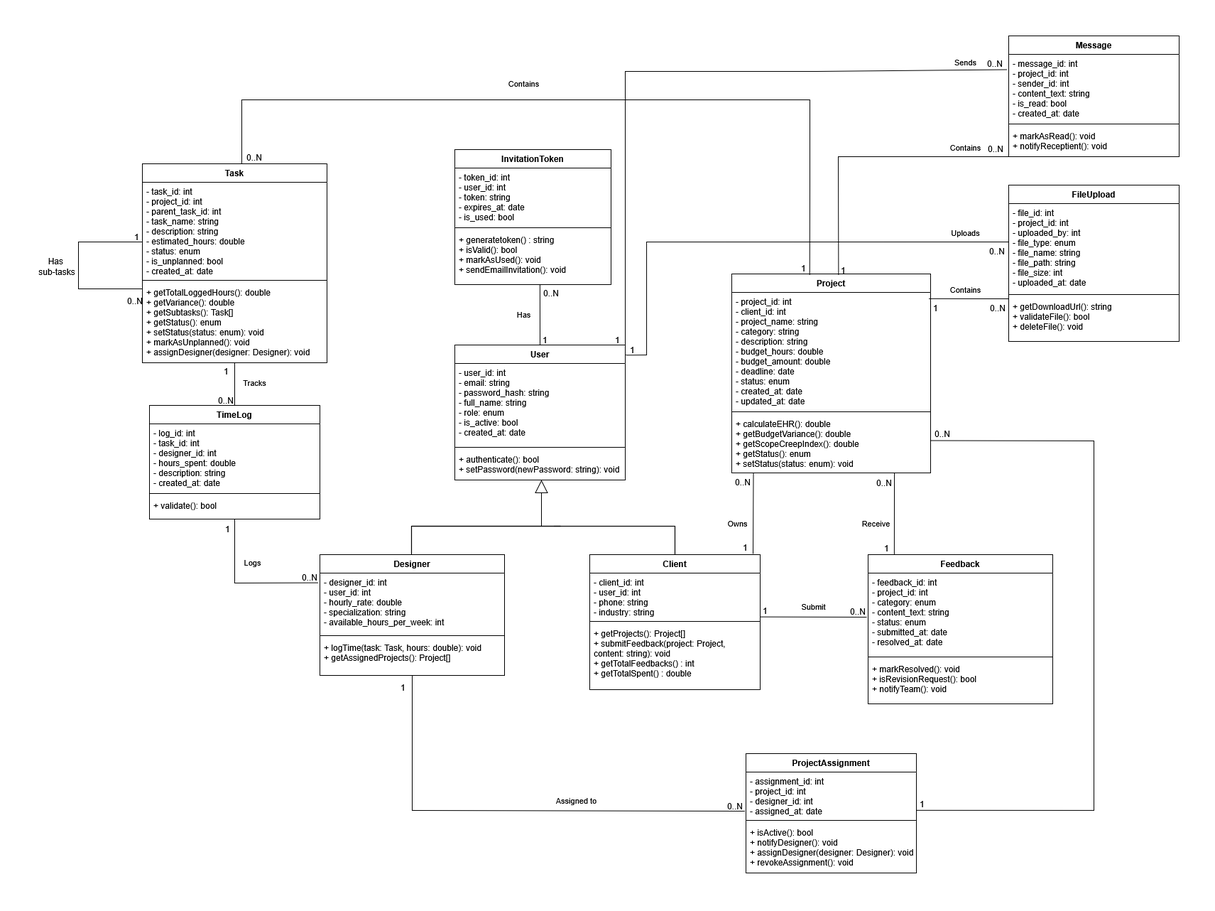
Earlier version of the draw.io export docs/diagrams/ClassGlobal.drawio.png (mahdi000666/DesignFlow). Source tidied: cells renumbered, new cells last; positions are measured from the earlier drawing's top-left corner, leaving out a move shared by most shapes.
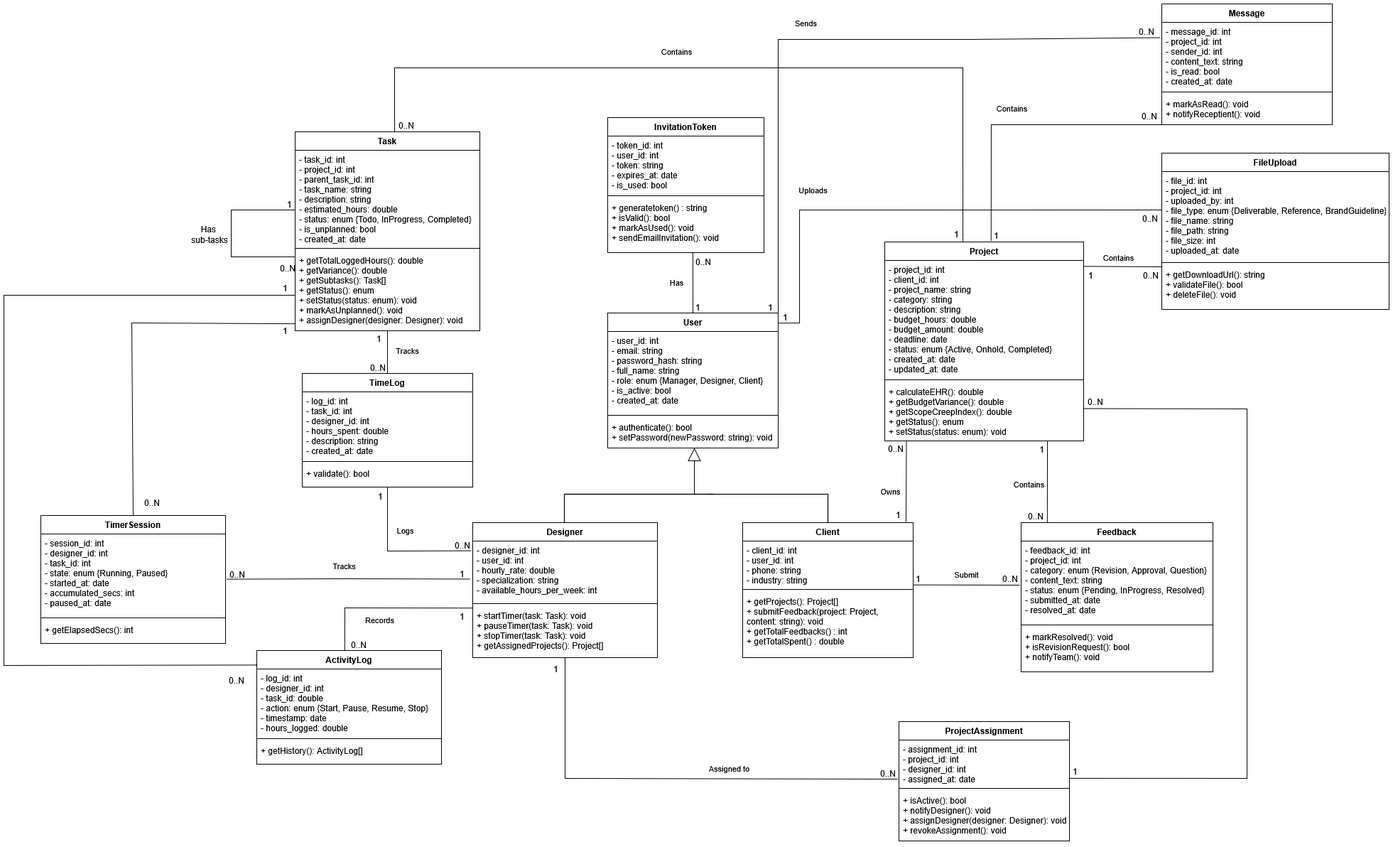
Later version of the same file.

Diff of the diagram source:
```diff
@@ -7,3 +7,3 @@
     </mxCell>
-    <mxCell id="3" value="- user_id: int&#10;- email: string&#10;- password_hash: string&#10;- full_name: string&#10;- role: enum&#10;- is_active: bool&#10;- created_at: date" style="text;strokeColor=none;fillColor=none;align=left;verticalAlign=top;spacingLeft=4;spacingRight=4;overflow=hidden;" parent="2" vertex="1">
+    <mxCell id="3" value="- user_id: int&#10;- email: string&#10;- password_hash: string&#10;- full_name: string&#10;- role: enum {Manager, Designer, Client}&#10;- is_active: bool&#10;- created_at: date" style="text;strokeColor=none;fillColor=none;align=left;verticalAlign=top;spacingLeft=4;spacingRight=4;overflow=hidden;" parent="2" vertex="1">
       <mxGeometry y="26" width="240" height="114" as="geometry" />
@@ -17,3 +17,3 @@
     <mxCell id="6" value="Designer" style="swimlane;fontStyle=1;align=center;verticalAlign=top;horizontal=1;startSize=26;swimlaneFillColor=default;" parent="1" vertex="1">
-      <mxGeometry x="400" y="730" width="260" height="170" as="geometry" />
+      <mxGeometry x="400" y="730" width="260" height="190" as="geometry" />
     </mxCell>
@@ -25,4 +25,4 @@
     </mxCell>
-    <mxCell id="9" value="+ logTime(task: Task, hours: double): void&#10;+ getAssignedProjects(): Project[]" style="text;strokeColor=none;fillColor=none;align=left;verticalAlign=top;spacingLeft=4;spacingRight=4;overflow=hidden;points=[[0,0.5],[1,0.5]];portConstraint=eastwest;" parent="6" vertex="1">
-      <mxGeometry y="118" width="260" height="52" as="geometry" />
+    <mxCell id="9" value="+ startTimer(task: Task): void&#10;+ pauseTimer(task: Task): void&#10;+ stopTimer(task: Task): void&#10;+ getAssignedProjects(): Project[]" style="text;strokeColor=none;fillColor=none;align=left;verticalAlign=top;spacingLeft=4;spacingRight=4;overflow=hidden;points=[[0,0.5],[1,0.5]];portConstraint=eastwest;" parent="6" vertex="1">
+      <mxGeometry y="118" width="260" height="72" as="geometry" />
     </mxCell>
@@ -55,3 +55,3 @@
     </mxCell>
-    <mxCell id="19" value="- project_id: int&#10;- client_id: int&#10;- project_name: string&#10;- category: string&#10;- description: string&#10;- budget_hours: double&#10;- budget_amount: double&#10;- deadline: date&#10;- status: enum&#10;- created_at: date&#10;- updated_at: date&#10;" style="text;strokeColor=none;fillColor=none;align=left;verticalAlign=top;spacingLeft=4;spacingRight=4;overflow=hidden;points=[[0,0.5],[1,0.5]];portConstraint=eastwest;" parent="18" vertex="1">
+    <mxCell id="19" value="- project_id: int&#10;- client_id: int&#10;- project_name: string&#10;- category: string&#10;- description: string&#10;- budget_hours: double&#10;- budget_amount: double&#10;- deadline: date&#10;- status: enum {Active, Onhold, Completed}&#10;- created_at: date&#10;- updated_at: date&#10;" style="text;strokeColor=none;fillColor=none;align=left;verticalAlign=top;spacingLeft=4;spacingRight=4;overflow=hidden;points=[[0,0.5],[1,0.5]];portConstraint=eastwest;" parent="18" vertex="1">
       <mxGeometry y="26" width="280" height="164" as="geometry" />
@@ -67,3 +67,3 @@
     </mxCell>
-    <mxCell id="23" value="- task_id: int&#10;- project_id: int&#10;- parent_task_id: int&#10;- task_name: string&#10;- description: string&#10;- estimated_hours: double&#10;- status: enum&#10;- is_unplanned: bool&#10;- created_at: date" style="text;strokeColor=none;fillColor=none;align=left;verticalAlign=top;spacingLeft=4;spacingRight=4;overflow=hidden;points=[[0,0.5],[1,0.5]];portConstraint=eastwest;" parent="22" vertex="1">
+    <mxCell id="23" value="- task_id: int&#10;- project_id: int&#10;- parent_task_id: int&#10;- task_name: string&#10;- description: string&#10;- estimated_hours: double&#10;- status: enum {Todo, InProgress, Completed}&#10;- is_unplanned: bool&#10;- created_at: date" style="text;strokeColor=none;fillColor=none;align=left;verticalAlign=top;spacingLeft=4;spacingRight=4;overflow=hidden;points=[[0,0.5],[1,0.5]];portConstraint=eastwest;" parent="22" vertex="1">
       <mxGeometry y="26" width="260" height="134" as="geometry" />
@@ -89,12 +89,12 @@
     <mxCell id="30" value="Feedback" style="swimlane;fontStyle=1;align=center;verticalAlign=top;horizontal=1;startSize=26;swimlaneFillColor=default;" parent="1" vertex="1">
-      <mxGeometry x="1172" y="730" width="260" height="210" as="geometry" />
+      <mxGeometry x="1172" y="730" width="270" height="210" as="geometry" />
     </mxCell>
-    <mxCell id="31" value="- feedback_id: int&#10;- project_id: int&#10;- category: enum&#10;- content_text: string&#10;- status: enum&#10;- submitted_at: date&#10;- resolved_at: date" style="text;strokeColor=none;fillColor=none;align=left;verticalAlign=top;spacingLeft=4;spacingRight=4;overflow=hidden;points=[[0,0.5],[1,0.5]];portConstraint=eastwest;" parent="30" vertex="1">
-      <mxGeometry y="26" width="260" height="114" as="geometry" />
+    <mxCell id="31" value="- feedback_id: int&#10;- project_id: int&#10;- category: enum {Revision, Approval, Question}&#10;- content_text: string&#10;- status: enum {Pending, InProgress, Resolved}&#10;- submitted_at: date&#10;- resolved_at: date" style="text;strokeColor=none;fillColor=none;align=left;verticalAlign=top;spacingLeft=4;spacingRight=4;overflow=hidden;points=[[0,0.5],[1,0.5]];portConstraint=eastwest;" parent="30" vertex="1">
+      <mxGeometry y="26" width="270" height="114" as="geometry" />
     </mxCell>
     <mxCell id="32" style="line;strokeWidth=1;fillColor=none;align=left;verticalAlign=middle;spacingTop=-1;spacingLeft=3;spacingRight=3;labelPosition=right;" parent="30" vertex="1">
-      <mxGeometry y="140" width="260" height="8" as="geometry" />
+      <mxGeometry y="140" width="270" height="8" as="geometry" />
     </mxCell>
     <mxCell id="33" value="+ markResolved(): void&#10;+ isRevisionRequest(): bool&#10;+ notifyTeam(): void" style="text;strokeColor=none;fillColor=none;align=left;verticalAlign=top;spacingLeft=4;spacingRight=4;overflow=hidden;" parent="30" vertex="1">
-      <mxGeometry y="148" width="260" height="62" as="geometry" />
+      <mxGeometry y="148" width="270" height="62" as="geometry" />
     </mxCell>
@@ -200,12 +200,12 @@
     <mxCell id="54" value="FileUpload" style="swimlane;fontStyle=1;align=center;verticalAlign=top;horizontal=1;startSize=26;swimlaneFillColor=default;" parent="1" vertex="1">
-      <mxGeometry x="1370" y="210" width="240" height="220" as="geometry" />
+      <mxGeometry x="1370" y="210" width="320" height="220" as="geometry" />
     </mxCell>
-    <mxCell id="55" value="- file_id: int&#10;- project_id: int&#10;- uploaded_by: int&#10;- file_type: enum&#10;- file_name: string&#10;- file_path: string&#10;- file_size: int&#10;- uploaded_at: date" style="text;strokeColor=none;fillColor=none;align=left;verticalAlign=top;spacingLeft=4;spacingRight=4;overflow=hidden;points=[[0,0.5],[1,0.5]];portConstraint=eastwest;" parent="54" vertex="1">
-      <mxGeometry y="26" width="240" height="124" as="geometry" />
+    <mxCell id="55" value="- file_id: int&#10;- project_id: int&#10;- uploaded_by: int&#10;- file_type: enum {Deliverable, Reference, BrandGuideline}&#10;- file_name: string&#10;- file_path: string&#10;- file_size: int&#10;- uploaded_at: date" style="text;strokeColor=none;fillColor=none;align=left;verticalAlign=top;spacingLeft=4;spacingRight=4;overflow=hidden;points=[[0,0.5],[1,0.5]];portConstraint=eastwest;" parent="54" vertex="1">
+      <mxGeometry y="26" width="320" height="124" as="geometry" />
     </mxCell>
     <mxCell id="56" style="line;strokeWidth=1;fillColor=none;align=left;verticalAlign=middle;spacingTop=-1;spacingLeft=3;spacingRight=3;labelPosition=right;" parent="54" vertex="1">
-      <mxGeometry y="150" width="240" height="8" as="geometry" />
+      <mxGeometry y="150" width="320" height="8" as="geometry" />
     </mxCell>
     <mxCell id="57" value="+ getDownloadUrl(): string&#10;+ validateFile(): bool&#10;+ deleteFile(): void" style="text;strokeColor=none;fillColor=none;align=left;verticalAlign=top;spacingLeft=4;spacingRight=4;overflow=hidden;" parent="54" vertex="1">
-      <mxGeometry y="158" width="240" height="62" as="geometry" />
+      <mxGeometry y="158" width="320" height="62" as="geometry" />
     </mxCell>
@@ -289,8 +289,8 @@
     </mxCell>
-    <mxCell id="74" value="1" style="html=1;whiteSpace=wrap;align=left;verticalAlign=bottom;" parent="73" vertex="1">
+    <mxCell id="74" value="0..N" style="html=1;whiteSpace=wrap;align=left;verticalAlign=bottom;" parent="73" vertex="1">
       <mxGeometry x="-1" relative="1" as="geometry">
-        <mxPoint x="-16" y="-2" as="offset" />
+        <mxPoint x="-29" y="-2" as="offset" />
       </mxGeometry>
     </mxCell>
-    <mxCell id="75" value="0..N" style="html=1;whiteSpace=wrap;align=right;verticalAlign=bottom;" parent="73" vertex="1">
+    <mxCell id="75" value="1" style="html=1;whiteSpace=wrap;align=right;verticalAlign=bottom;" parent="73" vertex="1">
       <mxGeometry x="1" relative="1" as="geometry">
@@ -299,4 +299,4 @@
     </mxCell>
-    <mxCell id="76" value="Receive" style="edgeLabel;html=1;align=center;verticalAlign=middle;" parent="1" vertex="1">
-      <mxGeometry x="1132" y="680" as="geometry">
+    <mxCell id="76" value="Contains" style="edgeLabel;html=1;align=center;verticalAlign=middle;" parent="1" vertex="1">
+      <mxGeometry x="1132" y="670" as="geometry">
         <mxPoint x="50" y="5" as="offset" />
@@ -322,3 +322,3 @@
     </mxCell>
-    <mxCell id="80" style="endArrow=none;html=1;rounded=0;exitX=0.392;exitY=0.006;exitDx=0;exitDy=0;exitPerimeter=0;" parent="1" edge="1" source="18">
+    <mxCell id="80" style="endArrow=none;html=1;rounded=0;exitX=0.393;exitY=0;exitDx=0;exitDy=0;exitPerimeter=0;" parent="1" edge="1" source="18">
       <mxGeometry relative="1" as="geometry">
@@ -348,3 +348,3 @@
     </mxCell>
-    <mxCell id="84" style="endArrow=none;html=1;rounded=0;exitX=0.992;exitY=0.054;exitDx=0;exitDy=0;exitPerimeter=0;" parent="1" edge="1" source="19">
+    <mxCell id="84" style="endArrow=none;html=1;rounded=0;exitX=1.002;exitY=0.051;exitDx=0;exitDy=0;exitPerimeter=0;" parent="1" edge="1" source="19">
       <mxGeometry relative="1" as="geometry">
@@ -368,3 +368,3 @@
     </mxCell>
-    <mxCell id="88" style="endArrow=none;html=1;rounded=0;exitX=0.537;exitY=0.006;exitDx=0;exitDy=0;exitPerimeter=0;" parent="1" edge="1" source="18">
+    <mxCell id="88" style="endArrow=none;html=1;rounded=0;exitX=0.535;exitY=-0.004;exitDx=0;exitDy=0;exitPerimeter=0;" parent="1" edge="1" source="18">
       <mxGeometry relative="1" as="geometry">
@@ -387,3 +387,3 @@
     <mxCell id="91" value="Contains" style="edgeLabel;html=1;align=center;verticalAlign=middle;" parent="1" vertex="1">
-      <mxGeometry x="1290" y="150" as="geometry">
+      <mxGeometry x="1140" y="140" as="geometry">
         <mxPoint x="18" y="6" as="offset" />
@@ -411,3 +411,3 @@
     <mxCell id="95" value="Uploads" style="edgeLabel;html=1;align=center;verticalAlign=middle;" parent="1" vertex="1">
-      <mxGeometry x="1290" y="270" as="geometry">
+      <mxGeometry x="860" y="255" as="geometry">
         <mxPoint x="18" y="6" as="offset" />
@@ -434,3 +434,3 @@
     <mxCell id="99" value="Sends" style="edgeLabel;html=1;align=center;verticalAlign=middle;" parent="1" vertex="1">
-      <mxGeometry x="1290" y="30" as="geometry">
+      <mxGeometry x="850" y="20" as="geometry">
         <mxPoint x="18" y="6" as="offset" />
@@ -460,2 +460,107 @@
     </mxCell>
+    <mxCell id="104" value="TimerSession" style="swimlane;fontStyle=1;align=center;verticalAlign=top;horizontal=1;startSize=26;swimlaneFillColor=default;" parent="1" vertex="1">
+      <mxGeometry x="-208" y="720" width="260" height="180" as="geometry" />
+    </mxCell>
+    <mxCell id="105" value="- session_id: int&#10;- designer_id: int&#10;- task_id: int&#10;- state: enum  {Running, Paused}&#10;- started_at: date&#10;- accumulated_secs: int&#10;- paused_at: date" style="text;strokeColor=none;fillColor=none;align=left;verticalAlign=top;spacingLeft=4;spacingRight=4;overflow=hidden;points=[[0,0.5],[1,0.5]];portConstraint=eastwest;" parent="104" vertex="1">
+      <mxGeometry y="26" width="260" height="114" as="geometry" />
+    </mxCell>
+    <mxCell id="106" style="line;strokeWidth=1;fillColor=none;align=left;verticalAlign=middle;spacingTop=-1;spacingLeft=3;spacingRight=3;labelPosition=right;" parent="104" vertex="1">
+      <mxGeometry y="140" width="260" height="8" as="geometry" />
+    </mxCell>
+    <mxCell id="107" value="+ getElapsedSecs(): int" style="text;strokeColor=none;fillColor=none;align=left;verticalAlign=top;spacingLeft=4;spacingRight=4;overflow=hidden;" parent="104" vertex="1">
+      <mxGeometry y="148" width="260" height="32" as="geometry" />
+    </mxCell>
+    <mxCell id="108" value="ActivityLog" style="swimlane;fontStyle=1;align=center;verticalAlign=top;horizontal=1;startSize=26;swimlaneFillColor=default;" parent="1" vertex="1">
+      <mxGeometry x="96" y="910" width="260" height="160" as="geometry" />
+    </mxCell>
+    <mxCell id="109" value="- log_id: int&#10;- designer_id: int&#10;- task_id: double&#10;- action: enum  {Start, Pause, Resume, Stop}&#10;- timestamp: date&#10;- hours_logged: double&#10;" style="text;strokeColor=none;fillColor=none;align=left;verticalAlign=top;spacingLeft=4;spacingRight=4;overflow=hidden;" parent="108" vertex="1">
+      <mxGeometry y="26" width="260" height="94" as="geometry" />
+    </mxCell>
+    <mxCell id="110" style="line;strokeWidth=1;fillColor=none;align=left;verticalAlign=middle;spacingTop=-1;spacingLeft=3;spacingRight=3;labelPosition=right;" parent="108" vertex="1">
+      <mxGeometry y="120" width="260" height="8" as="geometry" />
+    </mxCell>
+    <mxCell id="111" value="+ getHistory(): ActivityLog[]" style="text;strokeColor=none;fillColor=none;align=left;verticalAlign=top;spacingLeft=4;spacingRight=4;overflow=hidden;" parent="108" vertex="1">
+      <mxGeometry y="128" width="260" height="32" as="geometry" />
+    </mxCell>
+    <mxCell id="112" style="endArrow=none;html=1;rounded=0;entryX=-0.014;entryY=0.636;entryDx=0;entryDy=0;entryPerimeter=0;exitX=1.005;exitY=0.558;exitDx=0;exitDy=0;exitPerimeter=0;" parent="1" edge="1" source="105" target="7">
+      <mxGeometry relative="1" as="geometry">
+        <Array as="points">
+          <mxPoint x="220" y="809" />
+        </Array>
+      </mxGeometry>
+    </mxCell>
+    <mxCell id="113" value="1" style="html=1;whiteSpace=wrap;align=left;verticalAlign=bottom;" parent="112" vertex="1">
+      <mxGeometry x="-1" relative="1" as="geometry">
+        <mxPoint x="327" as="offset" />
+      </mxGeometry>
+    </mxCell>
+    <mxCell id="114" value="0..N" style="html=1;whiteSpace=wrap;align=right;verticalAlign=bottom;" parent="112" vertex="1">
+      <mxGeometry x="1" relative="1" as="geometry">
+        <mxPoint x="-316" y="1" as="offset" />
+      </mxGeometry>
+    </mxCell>
+    <mxCell id="115" value="Tracks" style="edgeLabel;html=1;align=center;verticalAlign=middle;" parent="1" vertex="1">
+      <mxGeometry x="140" y="784" as="geometry">
+        <mxPoint x="78" y="6" as="offset" />
+      </mxGeometry>
+    </mxCell>
+    <mxCell id="116" style="endArrow=none;html=1;rounded=0;exitX=0.476;exitY=-0.003;exitDx=0;exitDy=0;exitPerimeter=0;entryX=-0.001;entryY=0.031;entryDx=0;entryDy=0;entryPerimeter=0;" parent="1" edge="1" source="108" target="9">
+      <mxGeometry relative="1" as="geometry">
+        <Array as="points">
+          <mxPoint x="220" y="850" />
+        </Array>
+      </mxGeometry>
+    </mxCell>
+    <mxCell id="117" value="1" style="html=1;whiteSpace=wrap;align=left;verticalAlign=bottom;" parent="116" vertex="1">
+      <mxGeometry x="-1" relative="1" as="geometry">
+        <mxPoint x="160" y="-40" as="offset" />
+      </mxGeometry>
+    </mxCell>
+    <mxCell id="118" value="0..N" style="html=1;whiteSpace=wrap;align=right;verticalAlign=bottom;" parent="116" vertex="1">
+      <mxGeometry x="1" relative="1" as="geometry">
+        <mxPoint x="-150" y="60" as="offset" />
+      </mxGeometry>
+    </mxCell>
+    <mxCell id="119" value="Records" style="edgeLabel;html=1;align=center;verticalAlign=middle;" parent="1" vertex="1">
+      <mxGeometry x="190" y="860" as="geometry">
+        <mxPoint x="78" y="6" as="offset" />
+      </mxGeometry>
+    </mxCell>
+    <mxCell id="120" style="endArrow=none;html=1;rounded=0;entryX=-0.014;entryY=0.636;entryDx=0;entryDy=0;entryPerimeter=0;exitX=-0.002;exitY=0.356;exitDx=0;exitDy=0;exitPerimeter=0;" parent="1" edge="1">
+      <mxGeometry relative="1" as="geometry">
+        <mxPoint x="95.5" y="930.5" as="sourcePoint" />
+        <mxPoint x="150" y="410" as="targetPoint" />
+        <Array as="points">
+          <mxPoint x="-260" y="931" />
+          <mxPoint x="-260" y="410" />
+        </Array>
+      </mxGeometry>
+    </mxCell>
+    <mxCell id="121" value="0..N" style="html=1;whiteSpace=wrap;align=right;verticalAlign=bottom;" parent="120" vertex="1">
+      <mxGeometry x="1" relative="1" as="geometry">
+        <mxPoint x="-71" y="550" as="offset" />
+      </mxGeometry>
+    </mxCell>
+    <mxCell id="122" value="1" style="html=1;whiteSpace=wrap;align=left;verticalAlign=bottom;" parent="1" vertex="1">
+      <mxGeometry x="130" y="400" as="geometry">
+        <mxPoint x="1" y="8" as="offset" />
+      </mxGeometry>
+    </mxCell>
+    <mxCell id="123" style="endArrow=none;html=1;rounded=0;entryX=0.001;entryY=0.912;entryDx=0;entryDy=0;entryPerimeter=0;exitX=0.5;exitY=0;exitDx=0;exitDy=0;" parent="1" edge="1" source="104" target="25">
+      <mxGeometry relative="1" as="geometry">
+        <Array as="points">
+          <mxPoint x="-80" y="449" />
+        </Array>
+      </mxGeometry>
+    </mxCell>
+    <mxCell id="124" value="0..N" style="html=1;whiteSpace=wrap;align=right;verticalAlign=bottom;" parent="123" vertex="1">
+      <mxGeometry x="1" relative="1" as="geometry">
+        <mxPoint x="-191" y="260" as="offset" />
+      </mxGeometry>
+    </mxCell>
+    <mxCell id="125" value="1" style="html=1;whiteSpace=wrap;align=left;verticalAlign=bottom;" parent="1" vertex="1">
+      <mxGeometry x="130" y="460" as="geometry">
+        <mxPoint x="1" y="8" as="offset" />
+      </mxGeometry>
+    </mxCell>
   </root>
```
